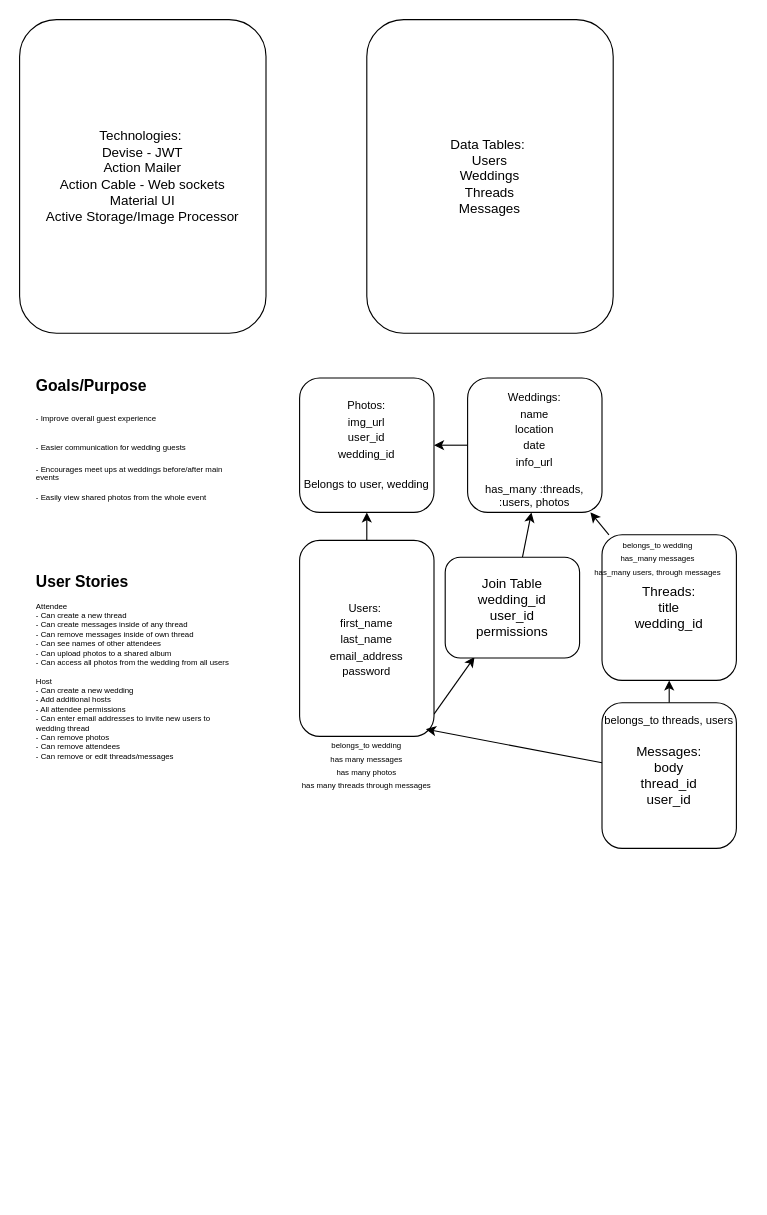
Earlier version of the draw.io diagram idea.drawio (kalerampy/wed-thread). Source tidied: cells renumbered, new cells numbered last; positions are measured from the earlier drawing's top-left corner, leaving out a move shared by most shapes. Both pictures are drawn from the tidied source at 112%, with x=0, y=0 at pixel (19, 19).
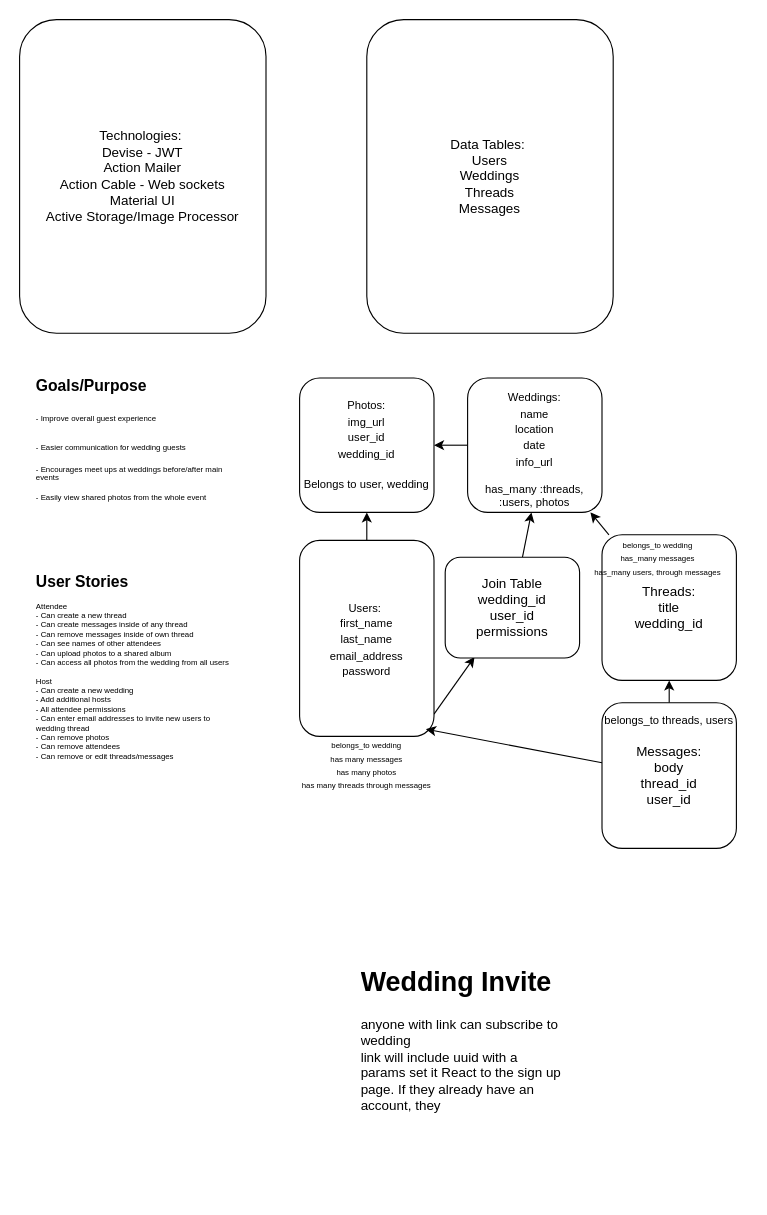
The same diagram, later.

Change to the diagram source:
```diff
@@
+    <mxCell id="24" value="&lt;h1&gt;&lt;span&gt;Wedding Invite&lt;/span&gt;&lt;br&gt;&lt;/h1&gt;&lt;div&gt;&lt;span&gt;anyone with link can subscribe to wedding&lt;/span&gt;&lt;/div&gt;&lt;div&gt;&lt;span&gt;link will include uuid with a params set it React to the sign up page. If they already have an account, they&lt;/span&gt;&lt;/div&gt;" style="text;html=1;strokeColor=none;fillColor=none;spacing=5;spacingTop=-20;whiteSpace=wrap;overflow=hidden;rounded=0;" parent="1" vertex="1">
+      <mxGeometry x="300" y="840" width="190" height="210" as="geometry" />
+    </mxCell>
```
